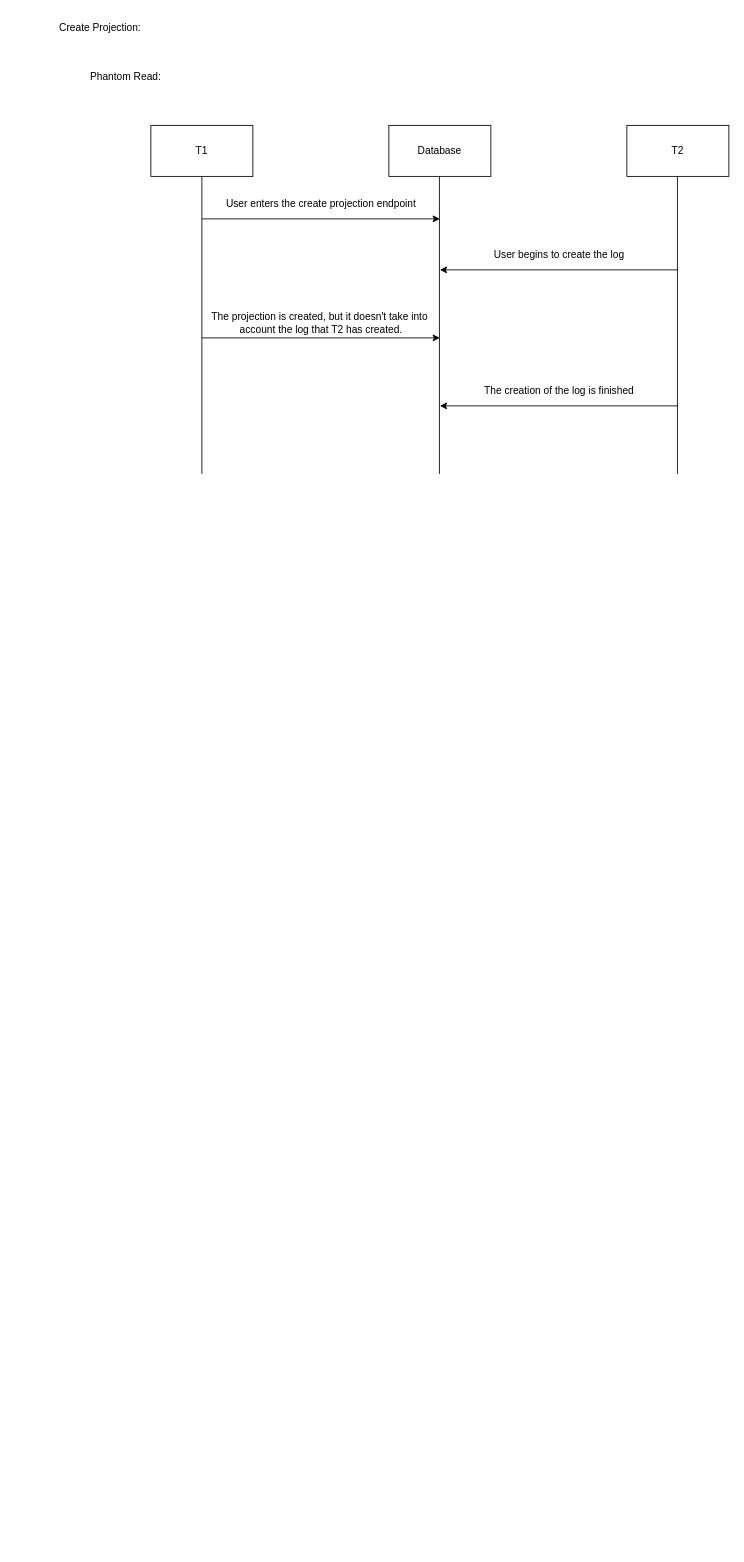
CSC-365/WorkoutAPIProject keeps this draw.io diagram as concurencyDiagrams.drawio. Above is the earlier version. Source tidied: cells renumbered, new cells numbered last; positions are measured from the earlier drawing's top-left corner, leaving out a move shared by most shapes. Both pictures are drawn from the tidied source at 85%, with x=0, y=0 at pixel (48, 14).
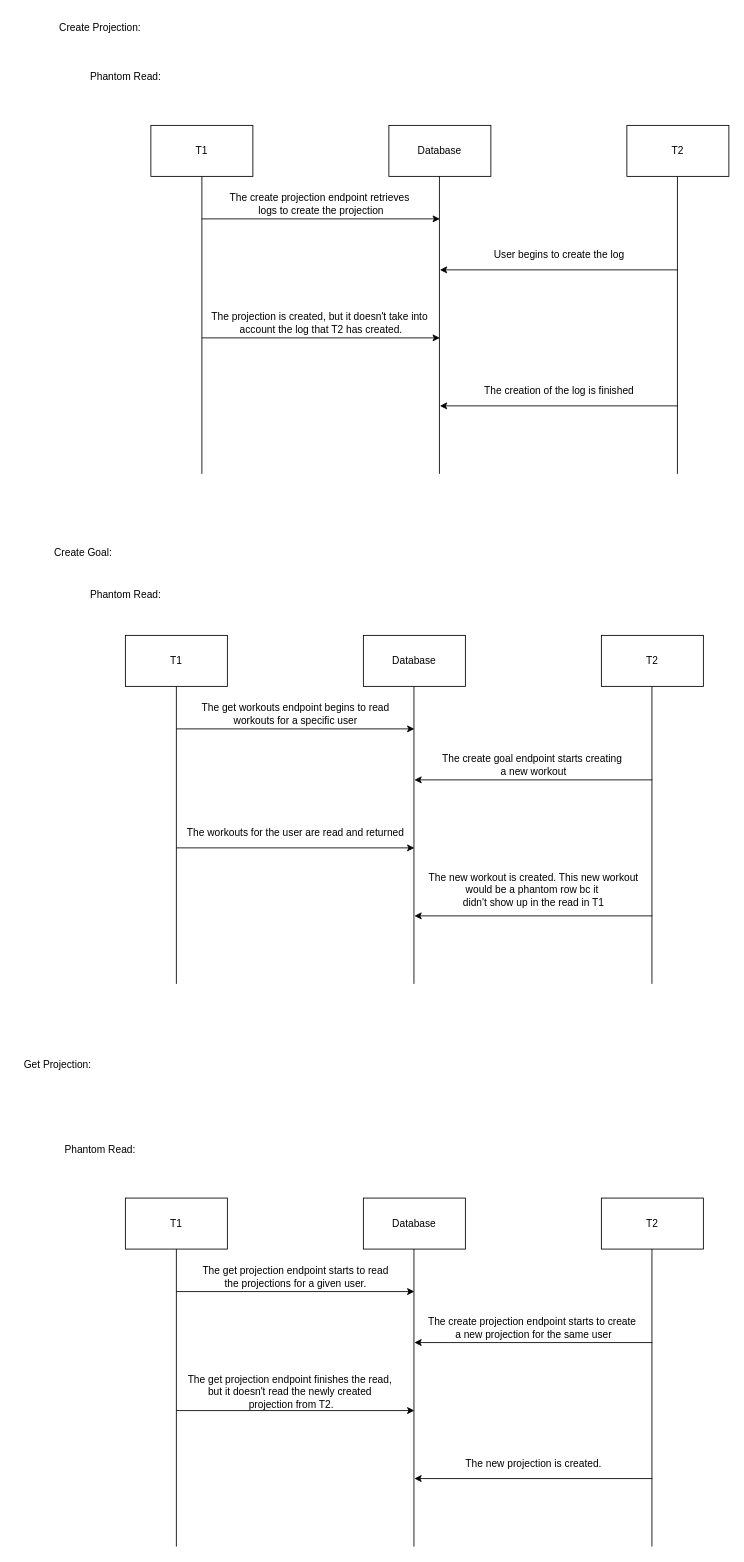
Above is the later version.

The edit, as a diff of the source:
```diff
@@
-    <mxCell id="11" value="User enters the create projection endpoint" style="text;html=1;align=center;verticalAlign=middle;strokeColor=none;fillColor=none;" parent="1" vertex="1">
-      <mxGeometry x="195" y="208" width="250" height="30" as="geometry" />
+    <mxCell id="11" value="The create projection endpoint retrieves&amp;nbsp;&lt;br&gt;logs to create the projection" style="text;html=1;align=center;verticalAlign=middle;strokeColor=none;fillColor=none;" parent="1" vertex="1">
+      <mxGeometry x="200" y="203" width="240" height="40" as="geometry" />
     </mxCell>
@@
+    <mxCell id="18" value="Create Goal:" style="text;html=1;align=center;verticalAlign=middle;strokeColor=none;fillColor=none;" parent="1" vertex="1">
+      <mxGeometry x="-5" y="618" width="90" height="30" as="geometry" />
+    </mxCell>
+    <mxCell id="19" value="Phantom Read:" style="text;html=1;align=center;verticalAlign=middle;strokeColor=none;fillColor=none;" parent="1" vertex="1">
+      <mxGeometry x="35" y="668" width="110" height="30" as="geometry" />
+    </mxCell>
+    <mxCell id="20" value="T1" style="rounded=0;whiteSpace=wrap;html=1;" parent="1" vertex="1">
+      <mxGeometry x="90" y="730" width="120" height="60" as="geometry" />
+    </mxCell>
+    <mxCell id="21" value="Database" style="rounded=0;whiteSpace=wrap;html=1;" parent="1" vertex="1">
+      <mxGeometry x="370" y="730" width="120" height="60" as="geometry" />
+    </mxCell>
+    <mxCell id="22" value="T2" style="rounded=0;whiteSpace=wrap;html=1;" parent="1" vertex="1">
+      <mxGeometry x="650" y="730" width="120" height="60" as="geometry" />
+    </mxCell>
+    <mxCell id="23" style="endArrow=none;html=1;rounded=0;entryX=0.5;entryY=1;entryDx=0;entryDy=0;" parent="1" edge="1" target="20">
+      <mxGeometry relative="1" as="geometry">
+        <mxPoint x="150" y="1140" as="sourcePoint" />
+      </mxGeometry>
+    </mxCell>
+    <mxCell id="24" style="endArrow=none;html=1;rounded=0;entryX=0.5;entryY=1;entryDx=0;entryDy=0;" parent="1" edge="1">
+      <mxGeometry relative="1" as="geometry">
+        <mxPoint x="709.5" y="1140" as="sourcePoint" />
+        <mxPoint x="709.5" y="790" as="targetPoint" />
+      </mxGeometry>
+    </mxCell>
+    <mxCell id="25" style="endArrow=none;html=1;rounded=0;entryX=0.5;entryY=1;entryDx=0;entryDy=0;" parent="1" edge="1">
+      <mxGeometry relative="1" as="geometry">
+        <mxPoint x="429.5" y="1140" as="sourcePoint" />
+        <mxPoint x="429.5" y="790" as="targetPoint" />
+      </mxGeometry>
+    </mxCell>
+    <mxCell id="26" style="endArrow=classic;html=1;rounded=0;" parent="1" edge="1">
+      <mxGeometry relative="1" as="geometry">
+        <mxPoint x="150" y="840" as="sourcePoint" />
+        <mxPoint x="430" y="840" as="targetPoint" />
+      </mxGeometry>
+    </mxCell>
+    <mxCell id="27" value="The get workouts endpoint begins to read&lt;br&gt;workouts for a specific user" style="text;html=1;align=center;verticalAlign=middle;strokeColor=none;fillColor=none;" parent="1" vertex="1">
+      <mxGeometry x="170" y="803" width="240" height="40" as="geometry" />
+    </mxCell>
+    <mxCell id="28" style="endArrow=classic;html=1;rounded=0;" parent="1" edge="1">
+      <mxGeometry relative="1" as="geometry">
+        <mxPoint x="710" y="900" as="sourcePoint" />
+        <mxPoint x="430" y="900" as="targetPoint" />
+      </mxGeometry>
+    </mxCell>
+    <mxCell id="29" value="The create goal endpoint starts creating&amp;nbsp;&lt;br&gt;a new workout" style="text;html=1;align=center;verticalAlign=middle;strokeColor=none;fillColor=none;" parent="1" vertex="1">
+      <mxGeometry x="450" y="863" width="240" height="40" as="geometry" />
+    </mxCell>
+    <mxCell id="30" style="endArrow=classic;html=1;rounded=0;" parent="1" edge="1">
+      <mxGeometry relative="1" as="geometry">
+        <mxPoint x="150" y="980" as="sourcePoint" />
+        <mxPoint x="430" y="980" as="targetPoint" />
+      </mxGeometry>
+    </mxCell>
+    <mxCell id="31" value="The workouts for the user are read and returned" style="text;html=1;align=center;verticalAlign=middle;strokeColor=none;fillColor=none;" parent="1" vertex="1">
+      <mxGeometry x="150" y="948" width="280" height="30" as="geometry" />
+    </mxCell>
+    <mxCell id="32" style="endArrow=classic;html=1;rounded=0;" parent="1" edge="1">
+      <mxGeometry relative="1" as="geometry">
+        <mxPoint x="710" y="1060" as="sourcePoint" />
+        <mxPoint x="430" y="1060" as="targetPoint" />
+      </mxGeometry>
+    </mxCell>
+    <mxCell id="33" value="The new workout is created. This new workout&lt;br&gt;would be a phantom row bc it&amp;nbsp;&lt;br&gt;didn't show up in the read in T1" style="text;html=1;align=center;verticalAlign=middle;strokeColor=none;fillColor=none;" parent="1" vertex="1">
+      <mxGeometry x="435" y="1000" width="270" height="60" as="geometry" />
+    </mxCell>
+    <mxCell id="34" value="T1" style="rounded=0;whiteSpace=wrap;html=1;" parent="1" vertex="1">
+      <mxGeometry x="90" y="1392" width="120" height="60" as="geometry" />
+    </mxCell>
+    <mxCell id="35" value="Database" style="rounded=0;whiteSpace=wrap;html=1;" parent="1" vertex="1">
+      <mxGeometry x="370" y="1392" width="120" height="60" as="geometry" />
+    </mxCell>
+    <mxCell id="36" value="T2" style="rounded=0;whiteSpace=wrap;html=1;" parent="1" vertex="1">
+      <mxGeometry x="650" y="1392" width="120" height="60" as="geometry" />
+    </mxCell>
+    <mxCell id="37" style="endArrow=none;html=1;rounded=0;entryX=0.5;entryY=1;entryDx=0;entryDy=0;" parent="1" edge="1" target="34">
+      <mxGeometry relative="1" as="geometry">
+        <mxPoint x="150" y="1802" as="sourcePoint" />
+      </mxGeometry>
+    </mxCell>
+    <mxCell id="38" style="endArrow=none;html=1;rounded=0;entryX=0.5;entryY=1;entryDx=0;entryDy=0;" parent="1" edge="1">
+      <mxGeometry relative="1" as="geometry">
+        <mxPoint x="709.5" y="1802" as="sourcePoint" />
+        <mxPoint x="709.5" y="1452" as="targetPoint" />
+      </mxGeometry>
+    </mxCell>
+    <mxCell id="39" style="endArrow=none;html=1;rounded=0;entryX=0.5;entryY=1;entryDx=0;entryDy=0;" parent="1" edge="1">
+      <mxGeometry relative="1" as="geometry">
+        <mxPoint x="429.5" y="1802" as="sourcePoint" />
+        <mxPoint x="429.5" y="1452" as="targetPoint" />
+      </mxGeometry>
+    </mxCell>
+    <mxCell id="40" value="Phantom Read:" style="text;html=1;align=center;verticalAlign=middle;strokeColor=none;fillColor=none;" parent="1" vertex="1">
+      <mxGeometry x="5" y="1320" width="110" height="30" as="geometry" />
+    </mxCell>
+    <mxCell id="41" style="endArrow=classic;html=1;rounded=0;" parent="1" edge="1">
+      <mxGeometry relative="1" as="geometry">
+        <mxPoint x="150" y="1502" as="sourcePoint" />
+        <mxPoint x="430" y="1502" as="targetPoint" />
+      </mxGeometry>
+    </mxCell>
+    <mxCell id="42" value="The get projection endpoint starts to read&lt;br&gt;the projections for a given user." style="text;html=1;align=center;verticalAlign=middle;strokeColor=none;fillColor=none;" parent="1" vertex="1">
+      <mxGeometry x="170" y="1465" width="240" height="40" as="geometry" />
+    </mxCell>
+    <mxCell id="43" style="endArrow=classic;html=1;rounded=0;" parent="1" edge="1">
+      <mxGeometry relative="1" as="geometry">
+        <mxPoint x="710" y="1562" as="sourcePoint" />
+        <mxPoint x="430" y="1562" as="targetPoint" />
+      </mxGeometry>
+    </mxCell>
+    <mxCell id="44" value="The create projection endpoint starts to create&amp;nbsp;&lt;br&gt;a new projection for the same user" style="text;html=1;align=center;verticalAlign=middle;strokeColor=none;fillColor=none;" parent="1" vertex="1">
+      <mxGeometry x="435" y="1525" width="270" height="40" as="geometry" />
+    </mxCell>
+    <mxCell id="45" style="endArrow=classic;html=1;rounded=0;" parent="1" edge="1">
+      <mxGeometry relative="1" as="geometry">
+        <mxPoint x="150" y="1642" as="sourcePoint" />
+        <mxPoint x="430" y="1642" as="targetPoint" />
+      </mxGeometry>
+    </mxCell>
+    <mxCell id="46" value="The get projection endpoint finishes the read,&amp;nbsp;&lt;br&gt;but it doesn't read the newly created&amp;nbsp;&lt;br&gt;projection from T2." style="text;html=1;align=center;verticalAlign=middle;strokeColor=none;fillColor=none;" parent="1" vertex="1">
+      <mxGeometry x="150" y="1590" width="270" height="60" as="geometry" />
+    </mxCell>
+    <mxCell id="47" style="endArrow=classic;html=1;rounded=0;" parent="1" edge="1">
+      <mxGeometry relative="1" as="geometry">
+        <mxPoint x="710" y="1722" as="sourcePoint" />
+        <mxPoint x="430" y="1722" as="targetPoint" />
+      </mxGeometry>
+    </mxCell>
+    <mxCell id="48" value="The new projection is created." style="text;html=1;align=center;verticalAlign=middle;strokeColor=none;fillColor=none;" parent="1" vertex="1">
+      <mxGeometry x="480" y="1690" width="180" height="30" as="geometry" />
+    </mxCell>
+    <mxCell id="49" value="Get Projection:" style="text;html=1;align=center;verticalAlign=middle;strokeColor=none;fillColor=none;" parent="1" vertex="1">
+      <mxGeometry x="-40" y="1220" width="100" height="30" as="geometry" />
+    </mxCell>
```
